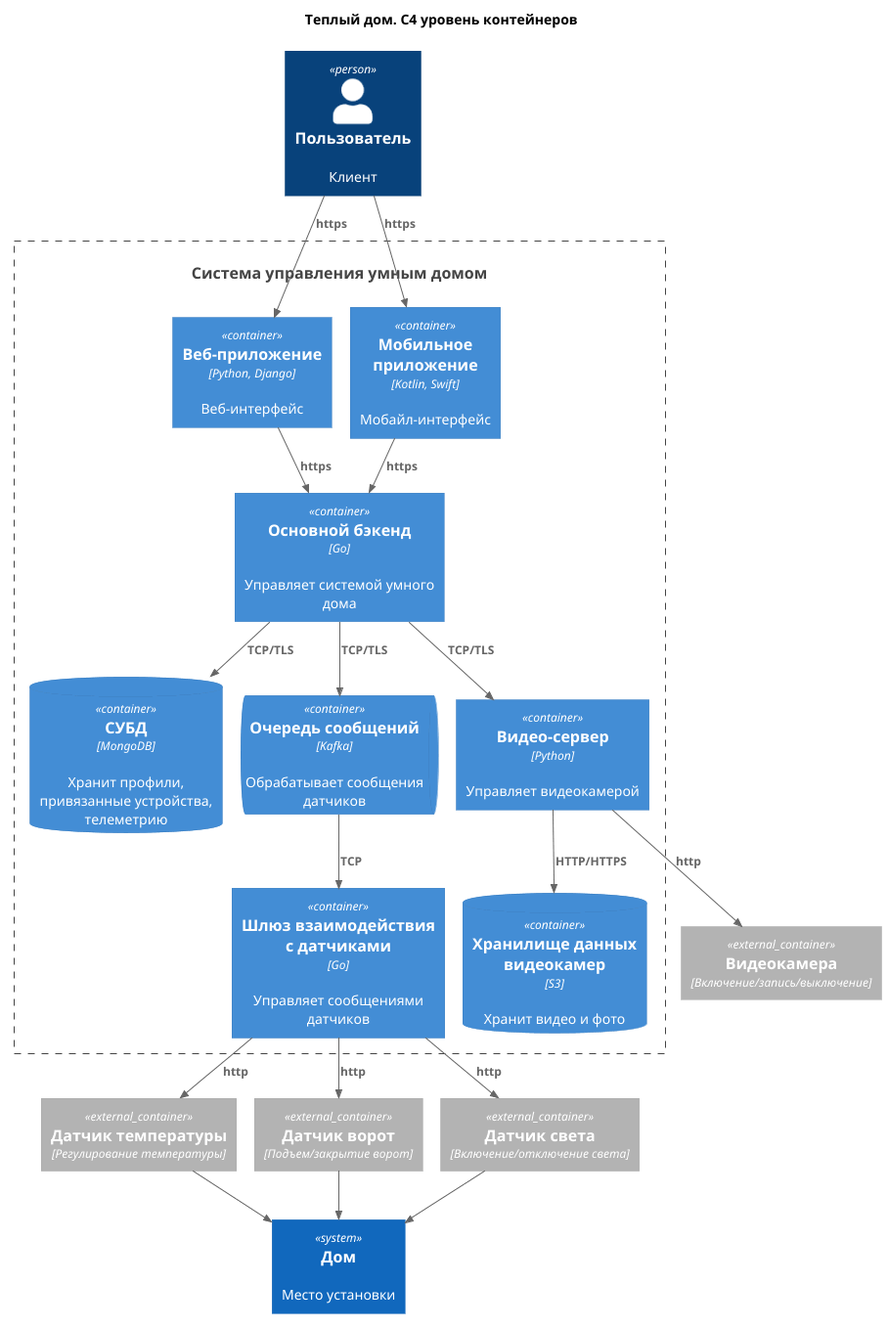
Before: 2_task/c4_container.png, a diagram exported from PlantUML (realjungleman/architecture-warmhouse).
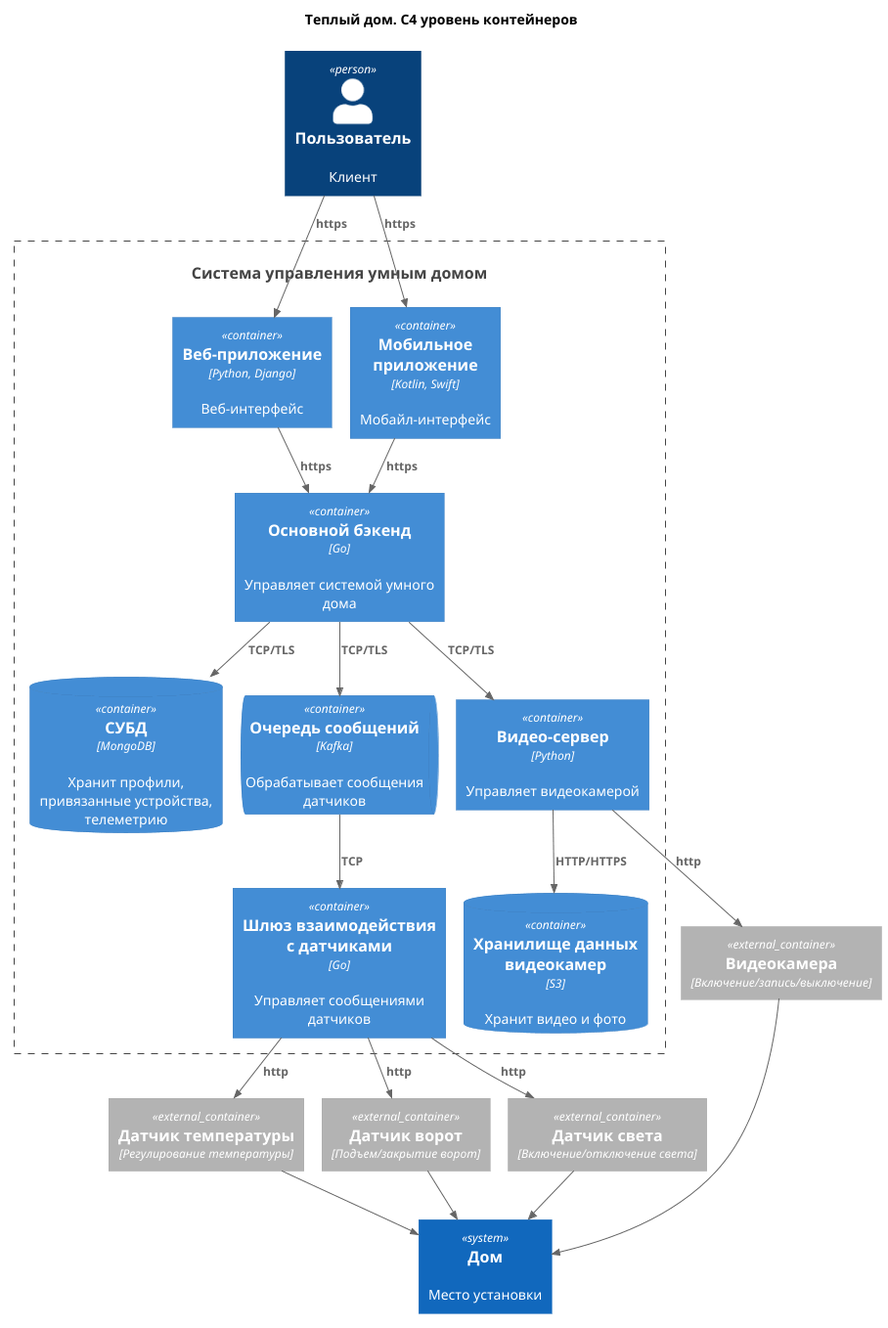
After the commit.

Commit message:
3_задание. Добавлена логическая модель БД

Change to the diagram source:
```diff
@@ -45,4 +45,5 @@
 Rel(gateSensor, house, "")
 Rel(temperatureSensor, house, "")
 Rel(lightSensor, house, "")
+Rel(videoCamera, house, "")
 @enduml
```
